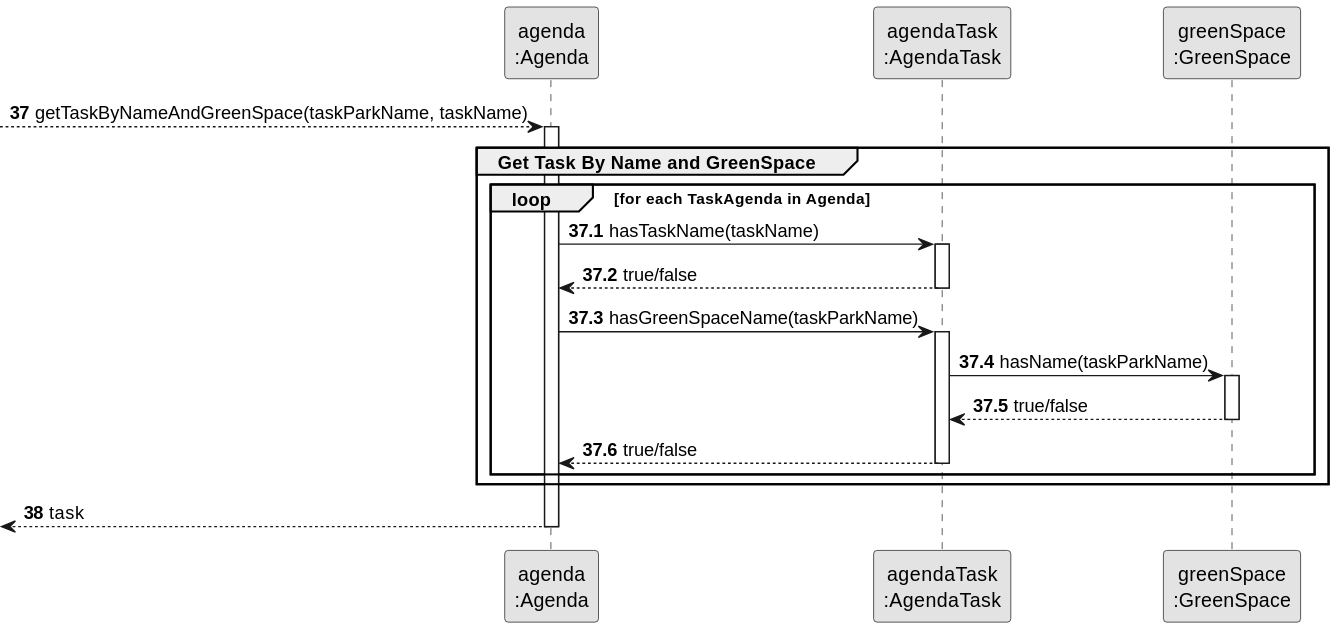
Above: docs/sprint3/us23/03.design/svg/us23-partial-sequence-diagram-get-task.svg in Departamento-de-Engenharia-Informatica/lei-24-s2-1db-g022 (PlantUML), before the change.
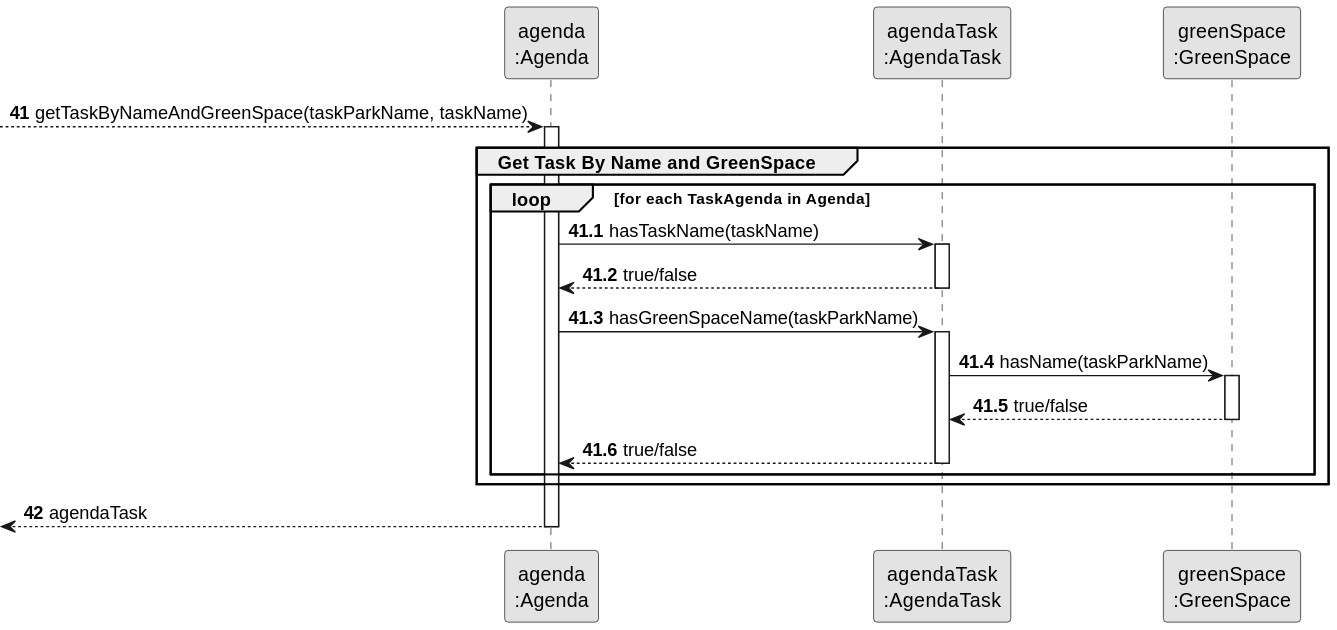
Above is the later version.

Diff of the diagram source:
```diff
@@ -7,11 +7,11 @@
 participant "agendaTask\n:AgendaTask" as TASK
 participant "greenSpace\n:GreenSpace" as GREEN
 
-autonumber 37
+autonumber 41
 
 --> AGENDA : getTaskByNameAndGreenSpace(taskParkName, taskName)
 
-autonumber 37.1
+autonumber 41.1
 
 activate AGENDA
 
@@ -47,9 +47,9 @@
 
 end
 
-autonumber 38
+autonumber 42
 
-<--AGENDA : task
+<--AGENDA : agendaTask
 
 deactivate AGENDA
 @enduml
```
